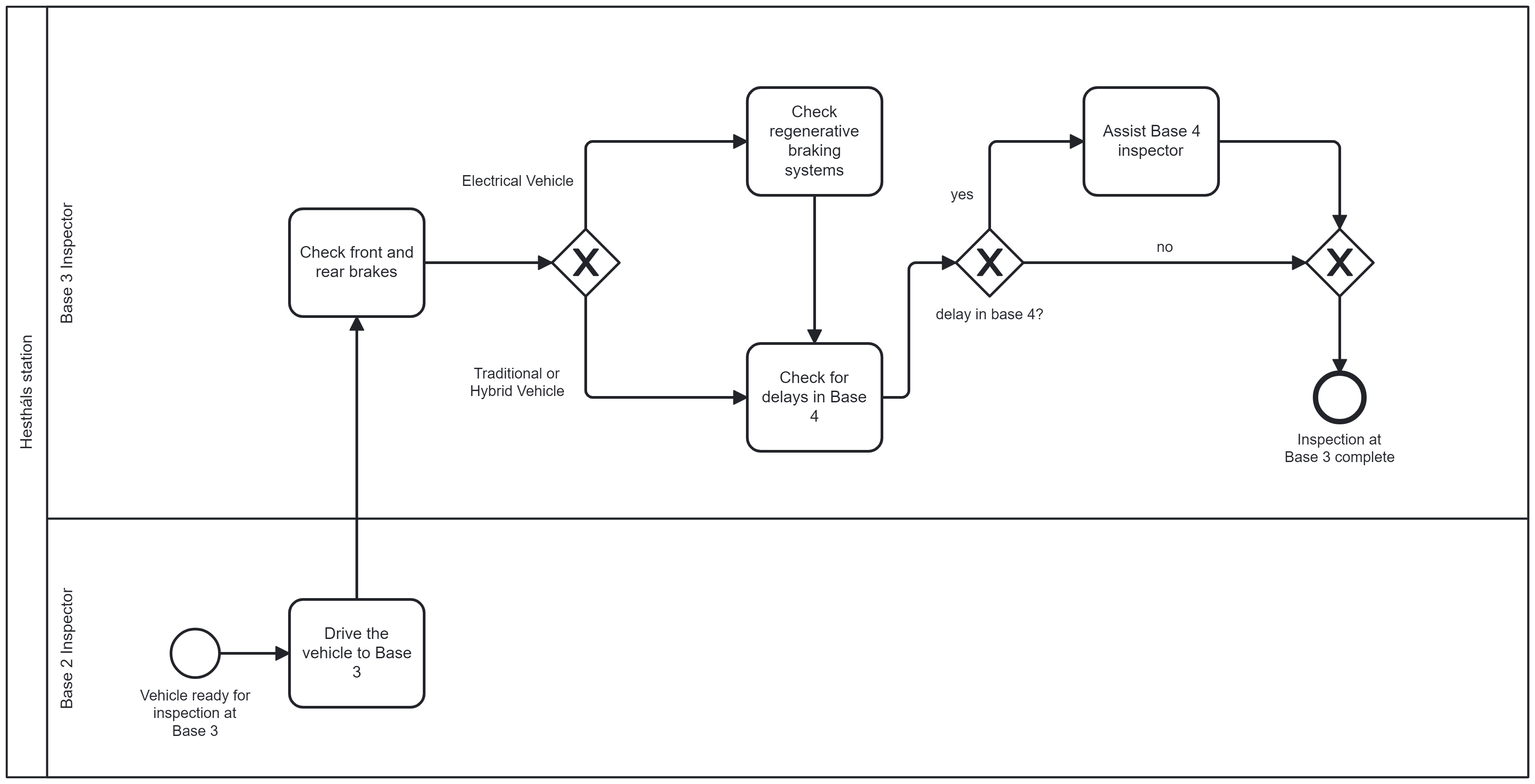
Above: process_modeling/as_is_processes/sub_process_3/subprocesso_3.png in franciscoAbreuTecnico/Business-Process-Engineering-and-Technology (BPMN), before the change. Its source is kept beside it as process_modeling/as_is_processes/sub_process_3/subprocesso_3.bpmn. Ids are renumbered. Source of this version:
```xml
<bpmn:definitions xmlns:bpmn="http://www.omg.org/spec/BPMN/20100524/MODEL" xmlns:bpmndi="http://www.omg.org/spec/BPMN/20100524/DI" xmlns:dc="http://www.omg.org/spec/DD/20100524/DC" xmlns:di="http://www.omg.org/spec/DD/20100524/DI" xmlns:modeler="http://camunda.org/schema/modeler/1.0" id="Definitions_n1" targetNamespace="http://bpmn.io/schema/bpmn" exporter="Camunda Modeler" exporterVersion="5.29.0" modeler:executionPlatform="Camunda Cloud" modeler:executionPlatformVersion="8.6.0">
  <bpmn:collaboration id="Collaboration_n2">
    <bpmn:participant id="Participant_n3" name="Hestháls station" processRef="Process_n4" />
  </bpmn:collaboration>
  <bpmn:process id="Process_n4" isExecutable="true">
    <bpmn:laneSet id="LaneSet_n5">
      <bpmn:lane id="Lane_n6" name="Base 3 Inspector">
        <bpmn:flowNodeRef>Activity_n7</bpmn:flowNodeRef>
        <bpmn:flowNodeRef>Gateway_n8</bpmn:flowNodeRef>
        <bpmn:flowNodeRef>Activity_n9</bpmn:flowNodeRef>
        <bpmn:flowNodeRef>Activity_n10</bpmn:flowNodeRef>
        <bpmn:flowNodeRef>Gateway_n11</bpmn:flowNodeRef>
        <bpmn:flowNodeRef>Activity_n12</bpmn:flowNodeRef>
        <bpmn:flowNodeRef>Event_n13</bpmn:flowNodeRef>
        <bpmn:flowNodeRef>Gateway_n14</bpmn:flowNodeRef>
      </bpmn:lane>
      <bpmn:lane id="Lane_n15" name="Base 2 Inspector">
        <bpmn:flowNodeRef>StartEvent_1</bpmn:flowNodeRef>
        <bpmn:flowNodeRef>Activity_n16</bpmn:flowNodeRef>
      </bpmn:lane>
    </bpmn:laneSet>
    <bpmn:startEvent id="StartEvent_1" name="Vehicle ready for inspection at Base 3">
      <bpmn:outgoing>Flow_n17</bpmn:outgoing>
    </bpmn:startEvent>
    <bpmn:task id="Activity_n16" name="Drive the vehicle to Base 3">
      <bpmn:incoming>Flow_n17</bpmn:incoming>
      <bpmn:outgoing>Flow_n18</bpmn:outgoing>
    </bpmn:task>
    <bpmn:task id="Activity_n7" name="Check front and rear brakes">
      <bpmn:incoming>Flow_n18</bpmn:incoming>
      <bpmn:outgoing>Flow_n19</bpmn:outgoing>
    </bpmn:task>
    <bpmn:exclusiveGateway id="Gateway_n8">
      <bpmn:incoming>Flow_n19</bpmn:incoming>
      <bpmn:outgoing>Flow_n20</bpmn:outgoing>
      <bpmn:outgoing>Flow_n21</bpmn:outgoing>
    </bpmn:exclusiveGateway>
    <bpmn:task id="Activity_n9" name="Check regenerative braking systems">
      <bpmn:incoming>Flow_n20</bpmn:incoming>
      <bpmn:outgoing>Flow_n22</bpmn:outgoing>
    </bpmn:task>
    <bpmn:task id="Activity_n10" name="Check for delays in Base 4">
      <bpmn:incoming>Flow_n21</bpmn:incoming>
      <bpmn:incoming>Flow_n22</bpmn:incoming>
      <bpmn:outgoing>Flow_n23</bpmn:outgoing>
    </bpmn:task>
    <bpmn:exclusiveGateway id="Gateway_n11" name="delay in base 4?">
      <bpmn:incoming>Flow_n23</bpmn:incoming>
      <bpmn:outgoing>Flow_n24</bpmn:outgoing>
      <bpmn:outgoing>Flow_n25</bpmn:outgoing>
    </bpmn:exclusiveGateway>
    <bpmn:task id="Activity_n12" name="Assist Base 4 inspector">
      <bpmn:incoming>Flow_n24</bpmn:incoming>
      <bpmn:outgoing>Flow_n26</bpmn:outgoing>
    </bpmn:task>
    <bpmn:endEvent id="Event_n13" name="Inspection at Base 3 complete">
      <bpmn:incoming>Flow_n27</bpmn:incoming>
    </bpmn:endEvent>
    <bpmn:exclusiveGateway id="Gateway_n14">
      <bpmn:incoming>Flow_n26</bpmn:incoming>
      <bpmn:incoming>Flow_n25</bpmn:incoming>
      <bpmn:outgoing>Flow_n27</bpmn:outgoing>
    </bpmn:exclusiveGateway>
    <bpmn:sequenceFlow id="Flow_n17" sourceRef="StartEvent_1" targetRef="Activity_n16" />
    <bpmn:sequenceFlow id="Flow_n18" sourceRef="Activity_n16" targetRef="Activity_n7" />
    <bpmn:sequenceFlow id="Flow_n19" sourceRef="Activity_n7" targetRef="Gateway_n8" />
    <bpmn:sequenceFlow id="Flow_n20" name="Electrical Vehicle" sourceRef="Gateway_n8" targetRef="Activity_n9" />
    <bpmn:sequenceFlow id="Flow_n21" name="Traditional or Hybrid Vehicle" sourceRef="Gateway_n8" targetRef="Activity_n10" />
    <bpmn:sequenceFlow id="Flow_n22" sourceRef="Activity_n9" targetRef="Activity_n10" />
    <bpmn:sequenceFlow id="Flow_n23" sourceRef="Activity_n10" targetRef="Gateway_n11" />
    <bpmn:sequenceFlow id="Flow_n24" name="yes" sourceRef="Gateway_n11" targetRef="Activity_n12" />
    <bpmn:sequenceFlow id="Flow_n25" name="no" sourceRef="Gateway_n11" targetRef="Gateway_n14" />
    <bpmn:sequenceFlow id="Flow_n26" sourceRef="Activity_n12" targetRef="Gateway_n14" />
    <bpmn:sequenceFlow id="Flow_n27" sourceRef="Gateway_n14" targetRef="Event_n13" />
  </bpmn:process>
  <bpmndi:BPMNDiagram id="BPMNDiagram_1">
    <bpmndi:BPMNPlane id="BPMNPlane_1" bpmnElement="Collaboration_n2">
      <bpmndi:BPMNShape id="Participant_n3_di" bpmnElement="Participant_n3" isHorizontal="true">
        <dc:Bounds x="200" y="80" width="1130" height="572" />
        <bpmndi:BPMNLabel />
      </bpmndi:BPMNShape>
      <bpmndi:BPMNShape id="Lane_n15_di" bpmnElement="Lane_n15" isHorizontal="true">
        <dc:Bounds x="230" y="460" width="1100" height="192" />
        <bpmndi:BPMNLabel />
      </bpmndi:BPMNShape>
      <bpmndi:BPMNShape id="Lane_n6_di" bpmnElement="Lane_n6" isHorizontal="true">
        <dc:Bounds x="230" y="80" width="1100" height="380" />
        <bpmndi:BPMNLabel />
      </bpmndi:BPMNShape>
      <bpmndi:BPMNShape id="StartEvent_1_di" bpmnElement="StartEvent_1">
        <dc:Bounds x="322" y="542" width="36" height="36" />
        <bpmndi:BPMNLabel>
          <dc:Bounds x="299" y="585" width="83" height="40" />
        </bpmndi:BPMNLabel>
      </bpmndi:BPMNShape>
      <bpmndi:BPMNShape id="Activity_n16_di" bpmnElement="Activity_n16">
        <dc:Bounds x="410" y="520" width="100" height="80" />
        <bpmndi:BPMNLabel />
      </bpmndi:BPMNShape>
      <bpmndi:BPMNShape id="Activity_n7_di" bpmnElement="Activity_n7">
        <dc:Bounds x="410" y="230" width="100" height="80" />
        <bpmndi:BPMNLabel />
      </bpmndi:BPMNShape>
      <bpmndi:BPMNShape id="Gateway_n8_di" bpmnElement="Gateway_n8" isMarkerVisible="true">
        <dc:Bounds x="605" y="245" width="50" height="50" />
      </bpmndi:BPMNShape>
      <bpmndi:BPMNShape id="Activity_n9_di" bpmnElement="Activity_n9">
        <dc:Bounds x="750" y="140" width="100" height="80" />
        <bpmndi:BPMNLabel />
      </bpmndi:BPMNShape>
      <bpmndi:BPMNShape id="Activity_n10_di" bpmnElement="Activity_n10">
        <dc:Bounds x="750" y="330" width="100" height="80" />
        <bpmndi:BPMNLabel />
      </bpmndi:BPMNShape>
      <bpmndi:BPMNShape id="Gateway_n11_di" bpmnElement="Gateway_n11" isMarkerVisible="true">
        <dc:Bounds x="905" y="245" width="50" height="50" />
        <bpmndi:BPMNLabel>
          <dc:Bounds x="890" y="302" width="81" height="14" />
        </bpmndi:BPMNLabel>
      </bpmndi:BPMNShape>
      <bpmndi:BPMNShape id="Activity_n12_di" bpmnElement="Activity_n12">
        <dc:Bounds x="1000" y="140" width="100" height="80" />
        <bpmndi:BPMNLabel />
      </bpmndi:BPMNShape>
      <bpmndi:BPMNShape id="Event_n13_di" bpmnElement="Event_n13">
        <dc:Bounds x="1172" y="352" width="36" height="36" />
        <bpmndi:BPMNLabel>
          <dc:Bounds x="1149" y="395" width="83" height="27" />
        </bpmndi:BPMNLabel>
      </bpmndi:BPMNShape>
      <bpmndi:BPMNShape id="Gateway_n14_di" bpmnElement="Gateway_n14" isMarkerVisible="true">
        <dc:Bounds x="1165" y="245" width="50" height="50" />
      </bpmndi:BPMNShape>
      <bpmndi:BPMNEdge id="Flow_n17_di" bpmnElement="Flow_n17">
        <di:waypoint x="358" y="560" />
        <di:waypoint x="410" y="560" />
      </bpmndi:BPMNEdge>
      <bpmndi:BPMNEdge id="Flow_n18_di" bpmnElement="Flow_n18">
        <di:waypoint x="460" y="520" />
        <di:waypoint x="460" y="310" />
      </bpmndi:BPMNEdge>
      <bpmndi:BPMNEdge id="Flow_n19_di" bpmnElement="Flow_n19">
        <di:waypoint x="510" y="270" />
        <di:waypoint x="605" y="270" />
      </bpmndi:BPMNEdge>
      <bpmndi:BPMNEdge id="Flow_n20_di" bpmnElement="Flow_n20">
        <di:waypoint x="630" y="245" />
        <di:waypoint x="630" y="180" />
        <di:waypoint x="750" y="180" />
        <bpmndi:BPMNLabel>
          <dc:Bounds x="538" y="203" width="84" height="14" />
        </bpmndi:BPMNLabel>
      </bpmndi:BPMNEdge>
      <bpmndi:BPMNEdge id="Flow_n21_di" bpmnElement="Flow_n21">
        <di:waypoint x="630" y="295" />
        <di:waypoint x="630" y="370" />
        <di:waypoint x="750" y="370" />
        <bpmndi:BPMNLabel>
          <dc:Bounds x="544" y="346" width="71" height="27" />
        </bpmndi:BPMNLabel>
      </bpmndi:BPMNEdge>
      <bpmndi:BPMNEdge id="Flow_n22_di" bpmnElement="Flow_n22">
        <di:waypoint x="800" y="220" />
        <di:waypoint x="800" y="330" />
      </bpmndi:BPMNEdge>
      <bpmndi:BPMNEdge id="Flow_n23_di" bpmnElement="Flow_n23">
        <di:waypoint x="850" y="370" />
        <di:waypoint x="870" y="370" />
        <di:waypoint x="870" y="270" />
        <di:waypoint x="905" y="270" />
      </bpmndi:BPMNEdge>
      <bpmndi:BPMNEdge id="Flow_n24_di" bpmnElement="Flow_n24">
        <di:waypoint x="930" y="245" />
        <di:waypoint x="930" y="180" />
        <di:waypoint x="1000" y="180" />
        <bpmndi:BPMNLabel>
          <dc:Bounds x="901" y="213" width="17" height="14" />
        </bpmndi:BPMNLabel>
      </bpmndi:BPMNEdge>
      <bpmndi:BPMNEdge id="Flow_n25_di" bpmnElement="Flow_n25">
        <di:waypoint x="955" y="270" />
        <di:waypoint x="1165" y="270" />
        <bpmndi:BPMNLabel>
          <dc:Bounds x="1054" y="252" width="13" height="14" />
        </bpmndi:BPMNLabel>
      </bpmndi:BPMNEdge>
      <bpmndi:BPMNEdge id="Flow_n26_di" bpmnElement="Flow_n26">
        <di:waypoint x="1100" y="180" />
        <di:waypoint x="1190" y="180" />
        <di:waypoint x="1190" y="245" />
      </bpmndi:BPMNEdge>
      <bpmndi:BPMNEdge id="Flow_n27_di" bpmnElement="Flow_n27">
        <di:waypoint x="1190" y="295" />
        <di:waypoint x="1190" y="352" />
      </bpmndi:BPMNEdge>
    </bpmndi:BPMNPlane>
  </bpmndi:BPMNDiagram>
</bpmn:definitions>
```
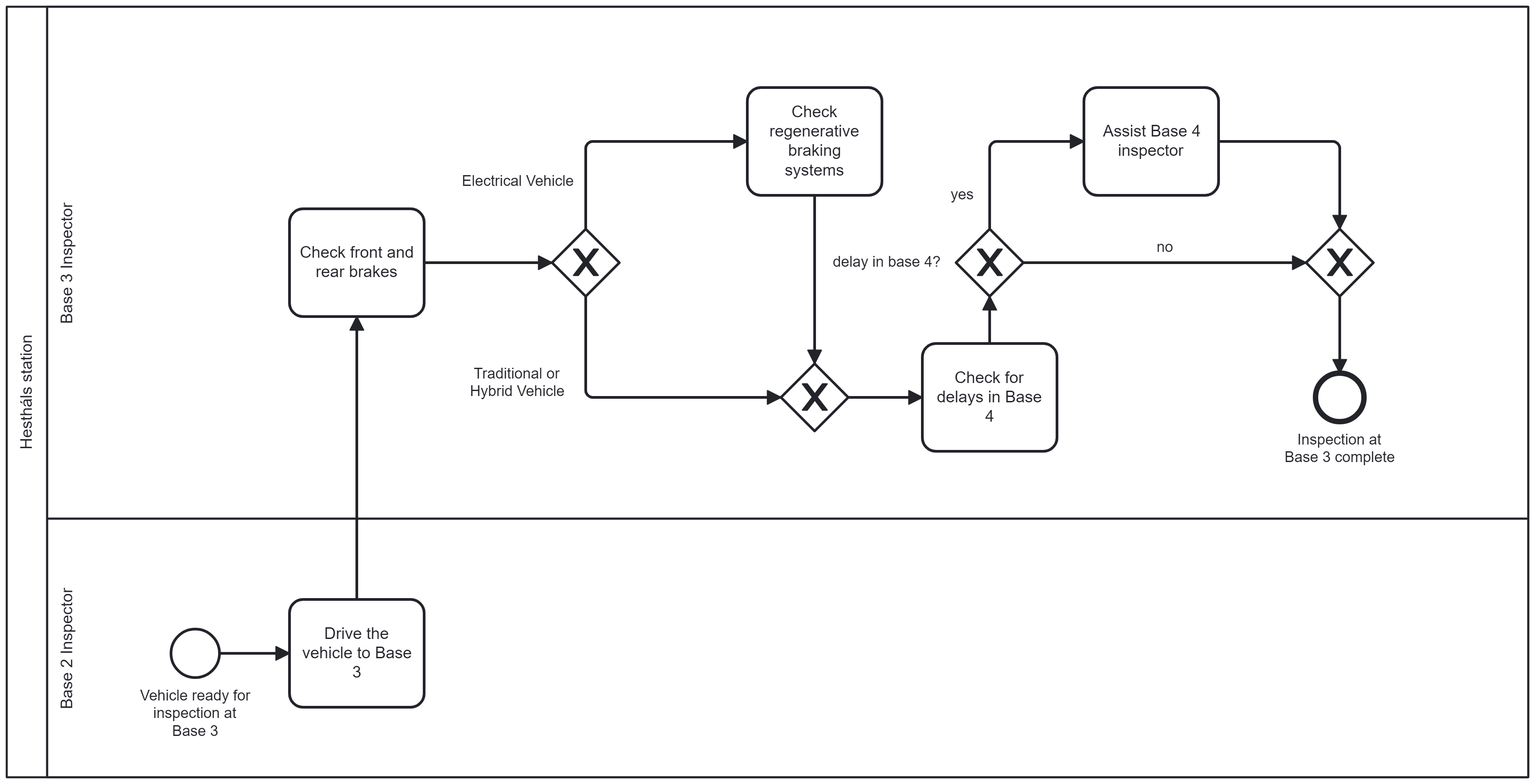
Later version of the same file.

Diff of the diagram source:
```diff
@@ -8,11 +8,12 @@
         <bpmn:flowNodeRef>Activity_n7</bpmn:flowNodeRef>
         <bpmn:flowNodeRef>Gateway_n8</bpmn:flowNodeRef>
         <bpmn:flowNodeRef>Activity_n9</bpmn:flowNodeRef>
-        <bpmn:flowNodeRef>Activity_n10</bpmn:flowNodeRef>
         <bpmn:flowNodeRef>Gateway_n11</bpmn:flowNodeRef>
         <bpmn:flowNodeRef>Activity_n12</bpmn:flowNodeRef>
         <bpmn:flowNodeRef>Event_n13</bpmn:flowNodeRef>
         <bpmn:flowNodeRef>Gateway_n14</bpmn:flowNodeRef>
+        <bpmn:flowNodeRef>Activity_n10</bpmn:flowNodeRef>
+        <bpmn:flowNodeRef>Gateway_n28</bpmn:flowNodeRef>
       </bpmn:lane>
       <bpmn:lane id="Lane_n15" name="Base 2 Inspector">
         <bpmn:flowNodeRef>StartEvent_1</bpmn:flowNodeRef>
@@ -37,12 +38,7 @@
     </bpmn:exclusiveGateway>
     <bpmn:task id="Activity_n9" name="Check regenerative braking systems">
       <bpmn:incoming>Flow_n20</bpmn:incoming>
-      <bpmn:outgoing>Flow_n22</bpmn:outgoing>
-    </bpmn:task>
-    <bpmn:task id="Activity_n10" name="Check for delays in Base 4">
-      <bpmn:incoming>Flow_n21</bpmn:incoming>
-      <bpmn:incoming>Flow_n22</bpmn:incoming>
-      <bpmn:outgoing>Flow_n23</bpmn:outgoing>
+      <bpmn:outgoing>Flow_n29</bpmn:outgoing>
     </bpmn:task>
     <bpmn:exclusiveGateway id="Gateway_n11" name="delay in base 4?">
       <bpmn:incoming>Flow_n23</bpmn:incoming>
@@ -65,13 +61,23 @@
     <bpmn:sequenceFlow id="Flow_n18" sourceRef="Activity_n16" targetRef="Activity_n7" />
     <bpmn:sequenceFlow id="Flow_n19" sourceRef="Activity_n7" targetRef="Gateway_n8" />
     <bpmn:sequenceFlow id="Flow_n20" name="Electrical Vehicle" sourceRef="Gateway_n8" targetRef="Activity_n9" />
-    <bpmn:sequenceFlow id="Flow_n21" name="Traditional or Hybrid Vehicle" sourceRef="Gateway_n8" targetRef="Activity_n10" />
-    <bpmn:sequenceFlow id="Flow_n22" sourceRef="Activity_n9" targetRef="Activity_n10" />
+    <bpmn:sequenceFlow id="Flow_n21" name="Traditional or Hybrid Vehicle" sourceRef="Gateway_n8" targetRef="Gateway_n28" />
     <bpmn:sequenceFlow id="Flow_n23" sourceRef="Activity_n10" targetRef="Gateway_n11" />
     <bpmn:sequenceFlow id="Flow_n24" name="yes" sourceRef="Gateway_n11" targetRef="Activity_n12" />
     <bpmn:sequenceFlow id="Flow_n25" name="no" sourceRef="Gateway_n11" targetRef="Gateway_n14" />
     <bpmn:sequenceFlow id="Flow_n26" sourceRef="Activity_n12" targetRef="Gateway_n14" />
     <bpmn:sequenceFlow id="Flow_n27" sourceRef="Gateway_n14" targetRef="Event_n13" />
+    <bpmn:task id="Activity_n10" name="Check for delays in Base 4">
+      <bpmn:incoming>Flow_n30</bpmn:incoming>
+      <bpmn:outgoing>Flow_n23</bpmn:outgoing>
+    </bpmn:task>
+    <bpmn:exclusiveGateway id="Gateway_n28">
+      <bpmn:incoming>Flow_n21</bpmn:incoming>
+      <bpmn:incoming>Flow_n29</bpmn:incoming>
+      <bpmn:outgoing>Flow_n30</bpmn:outgoing>
+    </bpmn:exclusiveGateway>
+    <bpmn:sequenceFlow id="Flow_n30" sourceRef="Gateway_n28" targetRef="Activity_n10" />
+    <bpmn:sequenceFlow id="Flow_n29" sourceRef="Activity_n9" targetRef="Gateway_n28" />
   </bpmn:process>
   <bpmndi:BPMNDiagram id="BPMNDiagram_1">
     <bpmndi:BPMNPlane id="BPMNPlane_1" bpmnElement="Collaboration_n2">
@@ -108,14 +114,10 @@
         <dc:Bounds x="750" y="140" width="100" height="80" />
         <bpmndi:BPMNLabel />
       </bpmndi:BPMNShape>
-      <bpmndi:BPMNShape id="Activity_n10_di" bpmnElement="Activity_n10">
-        <dc:Bounds x="750" y="330" width="100" height="80" />
-        <bpmndi:BPMNLabel />
-      </bpmndi:BPMNShape>
       <bpmndi:BPMNShape id="Gateway_n11_di" bpmnElement="Gateway_n11" isMarkerVisible="true">
         <dc:Bounds x="905" y="245" width="50" height="50" />
         <bpmndi:BPMNLabel>
-          <dc:Bounds x="890" y="302" width="81" height="14" />
+          <dc:Bounds x="813.5" y="263" width="81" height="14" />
         </bpmndi:BPMNLabel>
       </bpmndi:BPMNShape>
       <bpmndi:BPMNShape id="Activity_n12_di" bpmnElement="Activity_n12">
@@ -130,6 +132,13 @@
       </bpmndi:BPMNShape>
       <bpmndi:BPMNShape id="Gateway_n14_di" bpmnElement="Gateway_n14" isMarkerVisible="true">
         <dc:Bounds x="1165" y="245" width="50" height="50" />
+      </bpmndi:BPMNShape>
+      <bpmndi:BPMNShape id="Activity_n10_di" bpmnElement="Activity_n10">
+        <dc:Bounds x="880" y="330" width="100" height="80" />
+        <bpmndi:BPMNLabel />
+      </bpmndi:BPMNShape>
+      <bpmndi:BPMNShape id="Gateway_n28_di" bpmnElement="Gateway_n28" isMarkerVisible="true">
+        <dc:Bounds x="775" y="345" width="50" height="50" />
       </bpmndi:BPMNShape>
       <bpmndi:BPMNEdge id="Flow_n17_di" bpmnElement="Flow_n17">
         <di:waypoint x="358" y="560" />
@@ -154,20 +163,14 @@
       <bpmndi:BPMNEdge id="Flow_n21_di" bpmnElement="Flow_n21">
         <di:waypoint x="630" y="295" />
         <di:waypoint x="630" y="370" />
-        <di:waypoint x="750" y="370" />
+        <di:waypoint x="775" y="370" />
         <bpmndi:BPMNLabel>
           <dc:Bounds x="544" y="346" width="71" height="27" />
         </bpmndi:BPMNLabel>
       </bpmndi:BPMNEdge>
-      <bpmndi:BPMNEdge id="Flow_n22_di" bpmnElement="Flow_n22">
-        <di:waypoint x="800" y="220" />
-        <di:waypoint x="800" y="330" />
-      </bpmndi:BPMNEdge>
       <bpmndi:BPMNEdge id="Flow_n23_di" bpmnElement="Flow_n23">
-        <di:waypoint x="850" y="370" />
-        <di:waypoint x="870" y="370" />
-        <di:waypoint x="870" y="270" />
-        <di:waypoint x="905" y="270" />
+        <di:waypoint x="930" y="330" />
+        <di:waypoint x="930" y="295" />
       </bpmndi:BPMNEdge>
       <bpmndi:BPMNEdge id="Flow_n24_di" bpmnElement="Flow_n24">
         <di:waypoint x="930" y="245" />
@@ -193,6 +196,14 @@
         <di:waypoint x="1190" y="295" />
         <di:waypoint x="1190" y="352" />
       </bpmndi:BPMNEdge>
+      <bpmndi:BPMNEdge id="Flow_n30_di" bpmnElement="Flow_n30">
+        <di:waypoint x="825" y="370" />
+        <di:waypoint x="880" y="370" />
+      </bpmndi:BPMNEdge>
+      <bpmndi:BPMNEdge id="Flow_n29_di" bpmnElement="Flow_n29">
+        <di:waypoint x="800" y="220" />
+        <di:waypoint x="800" y="345" />
+      </bpmndi:BPMNEdge>
     </bpmndi:BPMNPlane>
   </bpmndi:BPMNDiagram>
 </bpmn:definitions>
```
